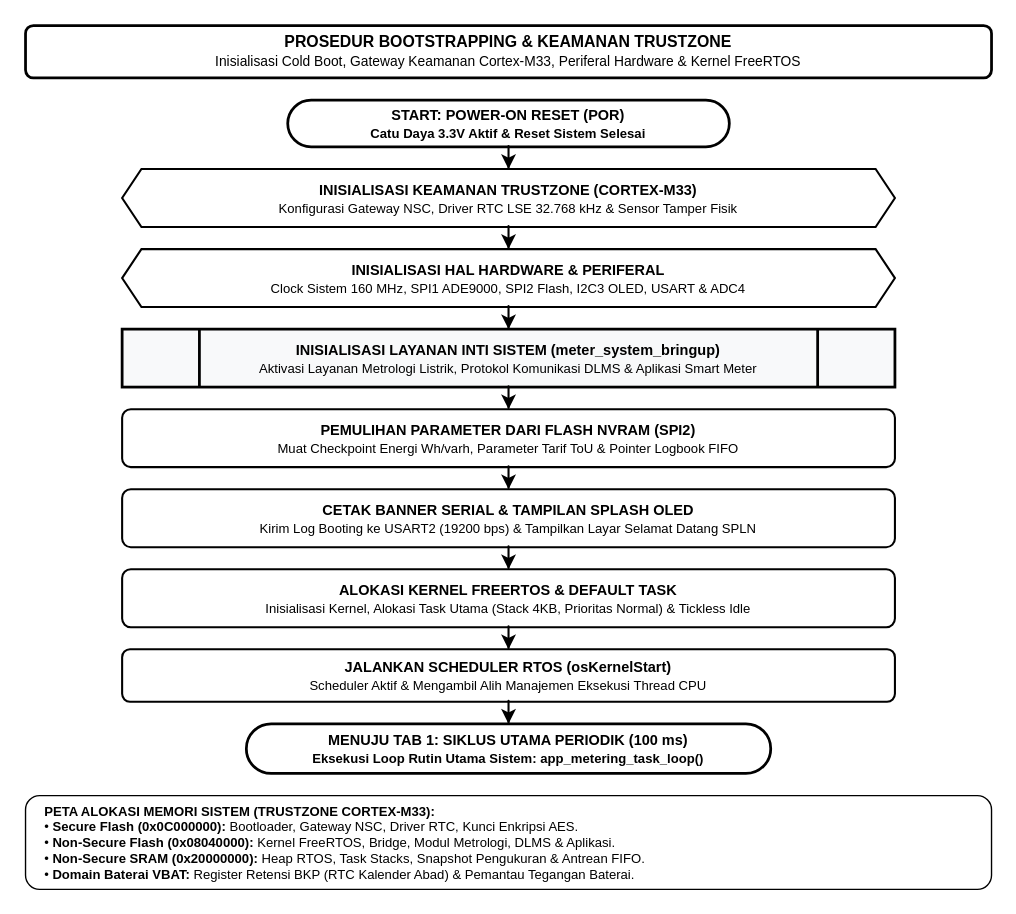
Earlier version of the draw.io diagram docs/system_tab2_bootstrapping.drawio.xml (Kevla27/ALLIN). Source tidied: cells renumbered, new cells numbered last; positions are measured from the earlier drawing's top-left corner, leaving out a move shared by most shapes. Both pictures are drawn from the tidied source at 138%, with x=0, y=0 at pixel (25, 25).
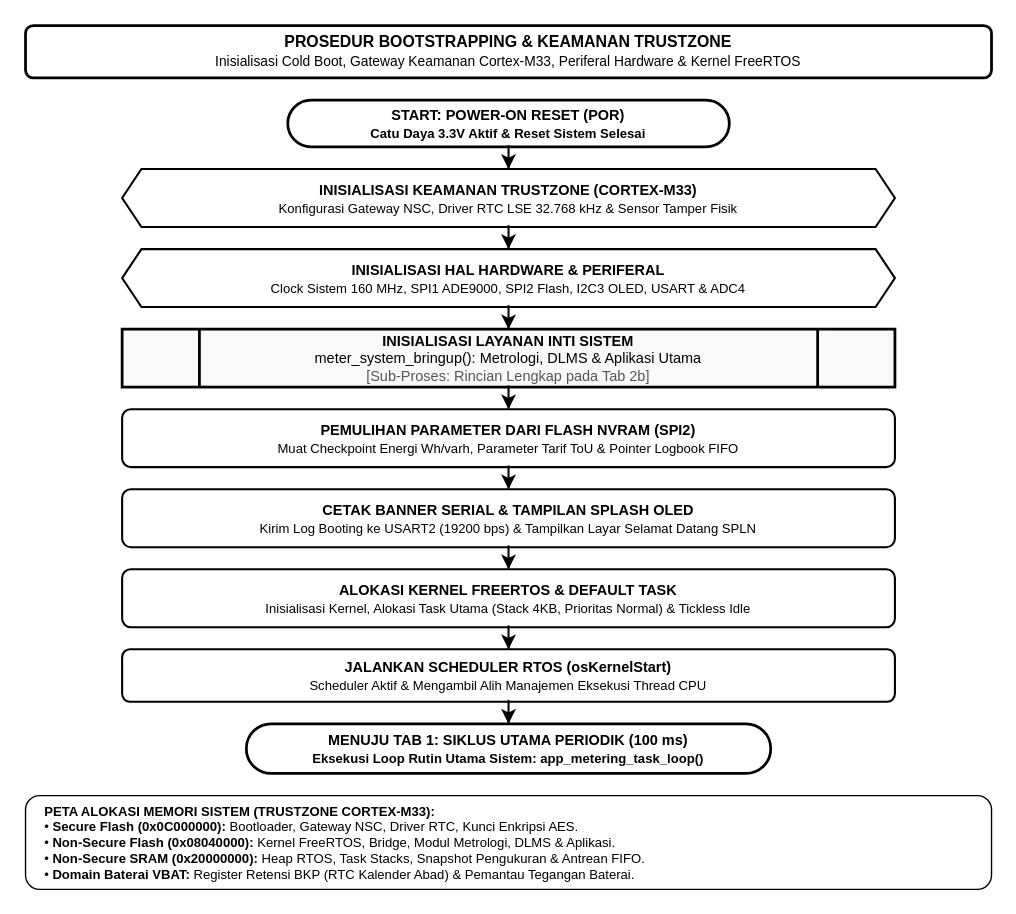
The same diagram, later.

Commit message (it also covers changes not shown here):
docs(flowchart): buat sub-flowchart definisi meter_system_bringup ISO 5807, B&W, dan bebas sebutan E gamblang

Diff of the diagram source:
```diff
@@
-    <mxCell id="6" value="&lt;b&gt;INISIALISASI LAYANAN INTI SISTEM (meter_system_bringup)&lt;/b&gt;&lt;br/&gt;&lt;font style=&quot;font-size:9.5px;&quot;&gt;Aktivasi Layanan Metrologi Listrik, Protokol Komunikasi DLMS &amp;amp; Aplikasi Smart Meter&lt;/font&gt;" style="shape=process;backgroundOutline=1;rounded=0;whiteSpace=wrap;html=1;fillColor=#f8f9fa;strokeColor=#000000;strokeWidth=2;fontColor=#000000;fontSize=10.5;align=center;" parent="1" vertex="1">
+    <mxCell id="6" value="&lt;b&gt;INISIALISASI LAYANAN INTI SISTEM&lt;/b&gt;&lt;br&gt;meter_system_bringup(): Metrologi, DLMS &amp;amp; Aplikasi Utama&lt;br&gt;&lt;font color=&quot;#555555&quot;&gt;[Sub-Proses: Rincian Lengkap pada Tab 2b]&lt;/font&gt;" style="shape=process;backgroundOutline=1;rounded=0;whiteSpace=wrap;html=1;fillColor=#f8f9fa;strokeColor=#000000;strokeWidth=2;fontColor=#000000;fontSize=10.5;align=center;" parent="1" vertex="1">
       <mxGeometry x="70" y="220" width="560" height="42" as="geometry" />
     </mxCell>
```
